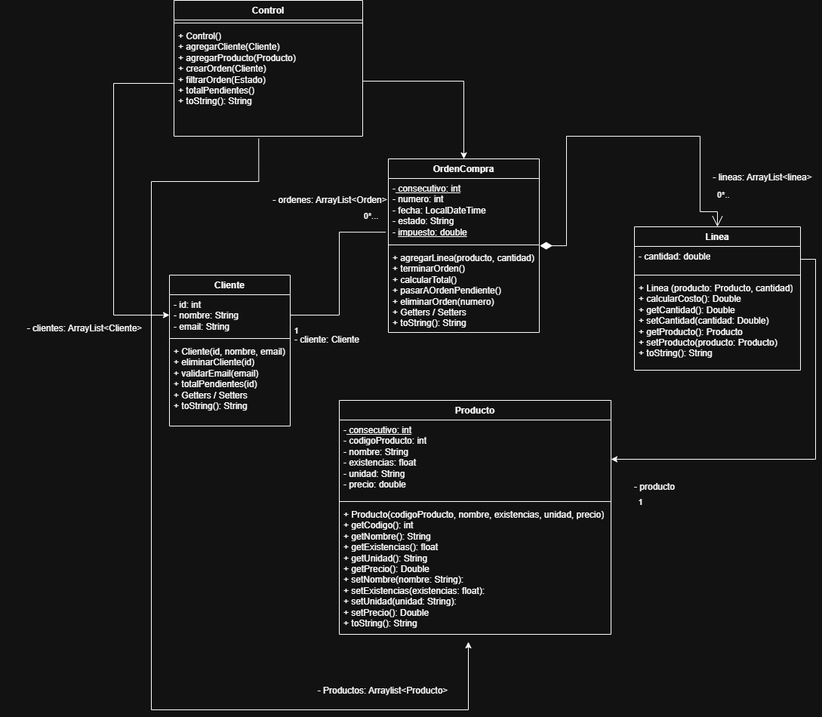
The draw.io diagram Tienda WallRose.drawio.png in NeyB19/TiendaWallRose, before a commit. Source tidied: cells renumbered, new cells last; positions are measured from the earlier drawing's top-left corner, leaving out a move shared by most shapes.
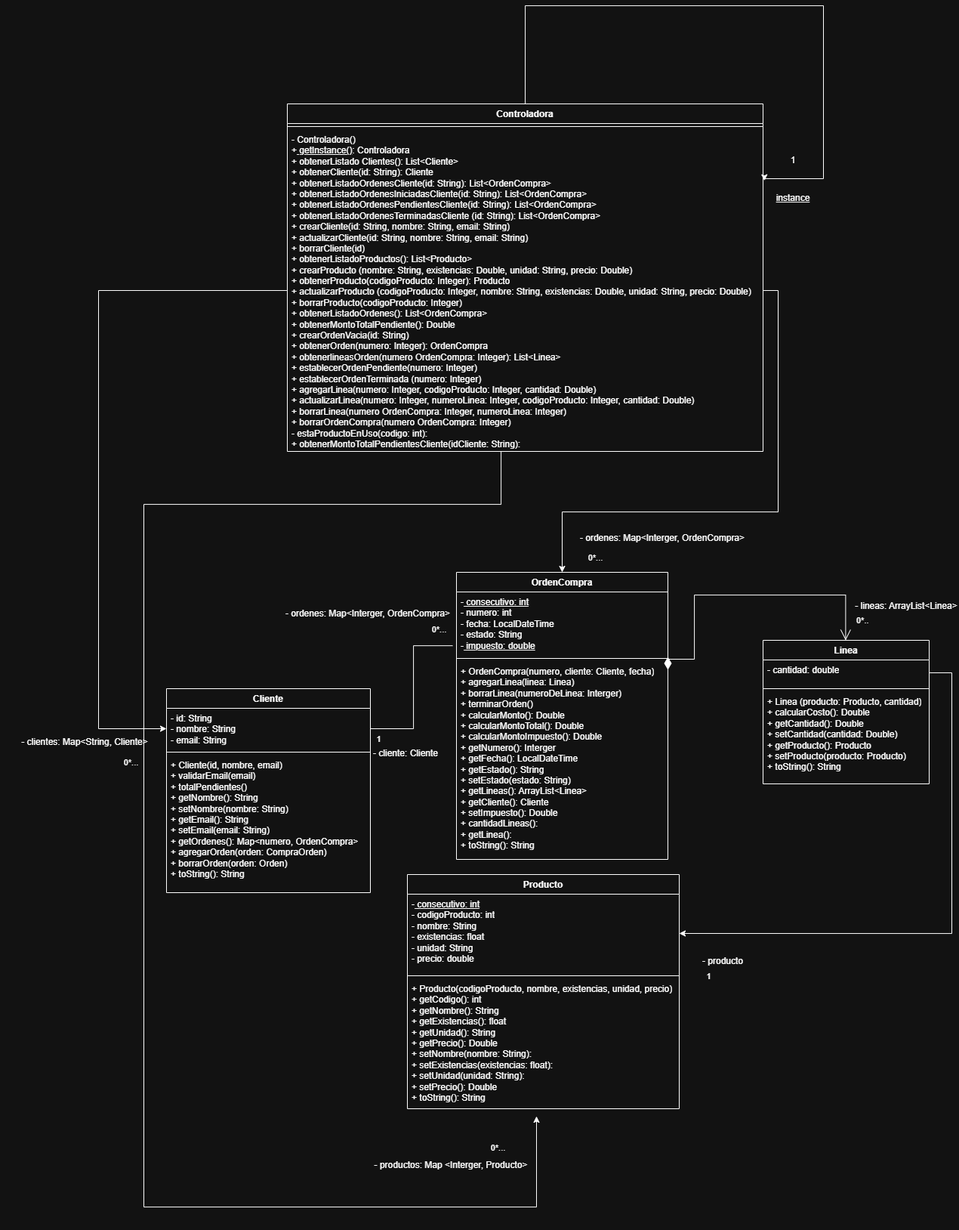
Later version of the same file.

The edit, as a diff of the source:
```diff
@@ -5,3 +5,3 @@
     <mxCell id="2" value="Producto" style="swimlane;fontStyle=1;align=center;verticalAlign=top;horizontal=1;startSize=26;whiteSpace=wrap;html=1;" parent="1" vertex="1">
-      <mxGeometry x="449" y="530" width="360" height="310" as="geometry" />
+      <mxGeometry x="449" y="610" width="360" height="310" as="geometry" />
     </mxCell>
@@ -17,24 +17,24 @@
     <mxCell id="6" value="OrdenCompra" style="swimlane;fontStyle=1;align=center;verticalAlign=top;horizontal=1;startSize=26;whiteSpace=wrap;html=1;" parent="1" vertex="1">
-      <mxGeometry x="514" y="210" width="200" height="230" as="geometry" />
+      <mxGeometry x="514" y="210" width="280" height="380" as="geometry" />
     </mxCell>
-    <mxCell id="7" value="-&lt;u&gt; consecutivo: int&lt;/u&gt;&lt;div&gt;- numero: int&lt;/div&gt;&lt;div&gt;- fecha: LocalDateTime&lt;/div&gt;&lt;div&gt;- estado: String&amp;nbsp;&lt;/div&gt;&lt;div&gt;- &lt;u&gt;impuesto: double&lt;/u&gt;&lt;/div&gt;&lt;div&gt;&lt;br&gt;&lt;/div&gt;&lt;div&gt;&lt;div&gt;&lt;u&gt;&lt;br&gt;&lt;/u&gt;&lt;/div&gt;&lt;/div&gt;" style="text;strokeColor=none;fillColor=none;align=left;verticalAlign=top;spacingLeft=4;spacingRight=4;overflow=hidden;points=[[0,0.5],[1,0.5]];portConstraint=eastwest;whiteSpace=wrap;html=1;" parent="6" vertex="1">
-      <mxGeometry y="26" width="200" height="84" as="geometry" />
+    <mxCell id="7" value="-&lt;u&gt; consecutivo: int&lt;/u&gt;&lt;div&gt;- numero: int&lt;/div&gt;&lt;div&gt;- fecha: LocalDateTime&lt;/div&gt;&lt;div&gt;- estado: String&amp;nbsp;&lt;/div&gt;&lt;div&gt;-&lt;u&gt; impuesto: double&lt;/u&gt;&lt;/div&gt;&lt;div&gt;&lt;br&gt;&lt;/div&gt;&lt;div&gt;&lt;div&gt;&lt;u&gt;&lt;br&gt;&lt;/u&gt;&lt;/div&gt;&lt;/div&gt;" style="text;strokeColor=none;fillColor=none;align=left;verticalAlign=top;spacingLeft=4;spacingRight=4;overflow=hidden;points=[[0,0.5],[1,0.5]];portConstraint=eastwest;whiteSpace=wrap;html=1;" parent="6" vertex="1">
+      <mxGeometry y="26" width="280" height="84" as="geometry" />
     </mxCell>
     <mxCell id="8" style="line;strokeWidth=1;fillColor=none;align=left;verticalAlign=middle;spacingTop=-1;spacingLeft=3;spacingRight=3;labelPosition=right;strokeColor=inherit;" parent="6" vertex="1">
-      <mxGeometry y="110" width="200" height="8" as="geometry" />
+      <mxGeometry y="110" width="280" height="8" as="geometry" />
     </mxCell>
-    <mxCell id="9" value="+ agregarLinea(producto, cantidad)&lt;div&gt;+ terminarOrden()&lt;/div&gt;&lt;div&gt;+ calcularTotal()&lt;/div&gt;&lt;div&gt;+ pasarAOrdenPendiente()&lt;/div&gt;&lt;div&gt;+ eliminarOrden(numero)&lt;/div&gt;&lt;div&gt;+ Getters / Setters&lt;/div&gt;&lt;div&gt;+ toString(): String&lt;/div&gt;" style="text;strokeColor=none;fillColor=none;align=left;verticalAlign=top;spacingLeft=4;spacingRight=4;overflow=hidden;points=[[0,0.5],[1,0.5]];portConstraint=eastwest;whiteSpace=wrap;html=1;" parent="6" vertex="1">
-      <mxGeometry y="118" width="200" height="112" as="geometry" />
+    <mxCell id="9" value="&lt;div&gt;+ OrdenCompra(numero, cliente: Cliente, fecha)&lt;/div&gt;+ agregarLinea(linea: Linea)&lt;div&gt;+ borrarLinea(numeroDeLinea: Interger)&lt;br&gt;&lt;div&gt;+ terminarOrden()&lt;/div&gt;&lt;div&gt;+ calcularMonto(): Double&lt;/div&gt;&lt;div&gt;+ calcularMontoTotal(): Double&lt;/div&gt;&lt;div&gt;+ calcularMontoImpuesto(): Double&lt;/div&gt;&lt;div&gt;+ getNumero(): Interger&lt;/div&gt;&lt;div&gt;+ getFecha(): LocalDateTime&lt;br&gt;&lt;/div&gt;&lt;div&gt;+ getEstado(): String&lt;/div&gt;&lt;div&gt;+ setEstado(estado: String)&lt;br&gt;&lt;/div&gt;&lt;div&gt;+ getLineas(): ArrayList&amp;lt;Linea&amp;gt;&lt;/div&gt;&lt;div&gt;+ getCliente(): Cliente&lt;br&gt;&lt;/div&gt;&lt;div&gt;+ setImpuesto(): Double&lt;/div&gt;&lt;div&gt;+ cantidadLineas():&lt;/div&gt;&lt;div&gt;+ getLinea():&lt;/div&gt;&lt;div&gt;+ toString(): String&lt;/div&gt;&lt;/div&gt;" style="text;strokeColor=none;fillColor=none;align=left;verticalAlign=top;spacingLeft=4;spacingRight=4;overflow=hidden;points=[[0,0.5],[1,0.5]];portConstraint=eastwest;whiteSpace=wrap;html=1;" parent="6" vertex="1">
+      <mxGeometry y="118" width="280" height="262" as="geometry" />
     </mxCell>
     <mxCell id="10" value="Cliente" style="swimlane;fontStyle=1;align=center;verticalAlign=top;horizontal=1;startSize=26;whiteSpace=wrap;html=1;" parent="1" vertex="1">
-      <mxGeometry x="224" y="364" width="160" height="200" as="geometry" />
+      <mxGeometry x="130" y="364" width="270" height="270" as="geometry" />
     </mxCell>
-    <mxCell id="11" value="- id: int&lt;div&gt;- nombre: String&lt;/div&gt;&lt;div&gt;- email: String&lt;/div&gt;" style="text;strokeColor=none;fillColor=none;align=left;verticalAlign=top;spacingLeft=4;spacingRight=4;overflow=hidden;points=[[0,0.5],[1,0.5]];portConstraint=eastwest;whiteSpace=wrap;html=1;" parent="10" vertex="1">
-      <mxGeometry y="26" width="160" height="54" as="geometry" />
+    <mxCell id="11" value="- id: String&lt;div&gt;- nombre: String&lt;/div&gt;&lt;div&gt;- email: String&lt;/div&gt;" style="text;strokeColor=none;fillColor=none;align=left;verticalAlign=top;spacingLeft=4;spacingRight=4;overflow=hidden;points=[[0,0.5],[1,0.5]];portConstraint=eastwest;whiteSpace=wrap;html=1;" parent="10" vertex="1">
+      <mxGeometry y="26" width="270" height="54" as="geometry" />
     </mxCell>
     <mxCell id="12" style="line;strokeWidth=1;fillColor=none;align=left;verticalAlign=middle;spacingTop=-1;spacingLeft=3;spacingRight=3;labelPosition=right;strokeColor=inherit;" parent="10" vertex="1">
-      <mxGeometry y="80" width="160" height="8" as="geometry" />
+      <mxGeometry y="80" width="270" height="8" as="geometry" />
     </mxCell>
-    <mxCell id="13" value="+ Cliente(id, nombre, email)&lt;div&gt;+ eliminarCliente(id)&lt;/div&gt;&lt;div&gt;+ validarEmail(email)&lt;/div&gt;&lt;div&gt;+ totalPendientes(id)&lt;/div&gt;&lt;div&gt;+ Getters / Setters&lt;/div&gt;&lt;div&gt;+ toString(): String&lt;/div&gt;" style="text;strokeColor=none;fillColor=none;align=left;verticalAlign=top;spacingLeft=4;spacingRight=4;overflow=hidden;whiteSpace=wrap;html=1;" parent="10" vertex="1">
-      <mxGeometry y="88" width="160" height="112" as="geometry" />
+    <mxCell id="13" value="+ Cliente(id, nombre, email)&lt;div&gt;+ validarEmail(email)&lt;/div&gt;&lt;div&gt;+ totalPendientes()&lt;/div&gt;&lt;div&gt;+ getNombre(): String&lt;/div&gt;&lt;div&gt;+ setNombre(nombre: String)&lt;/div&gt;&lt;div&gt;+ getEmail(): String&lt;/div&gt;&lt;div&gt;+ setEmail(email: String)&lt;/div&gt;&lt;div&gt;+ getOrdenes(): Map&amp;lt;numero, OrdenCompra&amp;gt;&lt;/div&gt;&lt;div&gt;+ agregarOrden(orden: CompraOrden)&lt;/div&gt;&lt;div&gt;+ borrarOrden(orden: Orden)&lt;/div&gt;&lt;div&gt;+ toString(): String&lt;/div&gt;" style="text;strokeColor=none;fillColor=none;align=left;verticalAlign=top;spacingLeft=4;spacingRight=4;overflow=hidden;whiteSpace=wrap;html=1;" parent="10" vertex="1">
+      <mxGeometry y="88" width="270" height="182" as="geometry" />
     </mxCell>
@@ -43,5 +43,5 @@
         <Array as="points">
-          <mxPoint x="230" y="110" />
-          <mxPoint x="150" y="110" />
-          <mxPoint x="150" y="417" />
+          <mxPoint x="290" y="-163" />
+          <mxPoint x="40" y="-163" />
+          <mxPoint x="40" y="417" />
         </Array>
@@ -49,13 +49,22 @@
     </mxCell>
-    <mxCell id="15" value="Control" style="swimlane;fontStyle=1;align=center;verticalAlign=top;horizontal=1;startSize=26;whiteSpace=wrap;html=1;" parent="1" vertex="1">
-      <mxGeometry x="230" width="250" height="180" as="geometry" />
+    <mxCell id="15" value="Controladora" style="swimlane;fontStyle=1;align=center;verticalAlign=top;horizontal=1;startSize=26;whiteSpace=wrap;html=1;" parent="1" vertex="1">
+      <mxGeometry x="290" y="-410" width="630" height="460" as="geometry" />
     </mxCell>
     <mxCell id="16" style="line;strokeWidth=1;fillColor=none;align=left;verticalAlign=middle;spacingTop=-1;spacingLeft=3;spacingRight=3;labelPosition=right;strokeColor=inherit;" parent="15" vertex="1">
-      <mxGeometry y="26" width="250" height="8" as="geometry" />
+      <mxGeometry y="26" width="630" height="8" as="geometry" />
     </mxCell>
-    <mxCell id="17" value="&lt;div&gt;&lt;span style=&quot;background-color: transparent; color: light-dark(rgb(0, 0, 0), rgb(255, 255, 255));&quot;&gt;+ Control()&lt;/span&gt;&lt;/div&gt;&lt;span style=&quot;background-color: transparent; color: light-dark(rgb(0, 0, 0), rgb(255, 255, 255));&quot;&gt;+&amp;nbsp;&lt;/span&gt;&lt;span style=&quot;background-color: transparent; color: light-dark(rgb(0, 0, 0), rgb(255, 255, 255));&quot;&gt;agregarCliente(Cliente)&lt;/span&gt;&lt;div&gt;+ agregarProducto(Producto)&lt;/div&gt;&lt;div&gt;+ crearOrden(Cliente)&lt;/div&gt;&lt;div&gt;+ filtrarOrden(Estado)&lt;/div&gt;&lt;div&gt;+ totalPendientes()&lt;/div&gt;&lt;div&gt;+ toString(): String&lt;/div&gt;" style="text;strokeColor=none;fillColor=none;align=left;verticalAlign=top;spacingLeft=4;spacingRight=4;overflow=hidden;points=[[0,0.5],[1,0.5]];portConstraint=eastwest;whiteSpace=wrap;html=1;" parent="15" vertex="1">
-      <mxGeometry y="34" width="250" height="146" as="geometry" />
+    <mxCell id="17" value="&lt;div&gt;- Controladora()&lt;/div&gt;&lt;div&gt;+&lt;u&gt; getInstance()&lt;/u&gt;: Controladora&lt;/div&gt;&lt;div&gt;+ obtenerListado Clientes(): List&amp;lt;Cliente&amp;gt;&lt;/div&gt;&lt;div&gt;+ obtenerCliente(id: String): Cliente&lt;/div&gt;&lt;div&gt;+ obtenerListadoOrdenesCliente(id: String): List&amp;lt;OrdenCompra&amp;gt;&lt;/div&gt;&lt;div&gt;+ obtenerListadoOrdenesIniciadasCliente(id: String): List&amp;lt;OrdenCompra&amp;gt;&lt;/div&gt;&lt;div&gt;+ obtenerListadoOrdenesPendientesCliente(id: String): List&amp;lt;OrdenCompra&amp;gt;&lt;/div&gt;&lt;div&gt;+ obtenerListadoOrdenesTerminadasCliente (id: String): List&amp;lt;OrdenCompra&amp;gt;&lt;/div&gt;&lt;div&gt;+ crearCliente(id: String, nombre: String, email: String)&lt;/div&gt;&lt;div&gt;+ actualizarCliente(id: String, nombre: String, email: String)&lt;/div&gt;&lt;div&gt;+ borrarCliente(id)&lt;/div&gt;&lt;div&gt;+ obtenerListadoProductos(): List&amp;lt;Producto&amp;gt;&lt;/div&gt;&lt;div&gt;+ crearProducto (nombre: String, existencias: Double, unidad: String, precio: Double)&lt;/div&gt;&lt;div&gt;+ obtenerProducto(codigoProducto: Integer): Producto&lt;/div&gt;&lt;div&gt;+ actualizarProducto (codigoProducto: Integer, nombre: String, existencias: Double, unidad: String, precio: Double)&lt;/div&gt;&lt;div&gt;+ borrarProducto(codigoProducto: Integer)&amp;nbsp;&lt;/div&gt;&lt;div&gt;+ obtenerListadoOrdenes(): List&amp;lt;OrdenCompra&amp;gt;&lt;/div&gt;&lt;div&gt;+ obtenerMontoTotalPendiente(): Double&lt;/div&gt;&lt;div&gt;+ crearOrdenVacia(id: String)&lt;/div&gt;&lt;div&gt;+ obtenerOrden(numero: Integer): OrdenCompra&lt;/div&gt;&lt;div&gt;+ obtenerlineasOrden(numero OrdenCompra: Integer): List&amp;lt;Linea&amp;gt;&lt;/div&gt;&lt;div&gt;+ establecerOrdenPendiente(numero: Integer)&lt;/div&gt;&lt;div&gt;+ establecerOrdenTerminada (numero: Integer)&lt;/div&gt;&lt;div&gt;+ agregarLinea(numero: Integer, codigoProducto: Integer, cantidad: Double)&lt;/div&gt;&lt;div&gt;+ actualizarLinea(numero: Integer, numeroLinea: Integer, codigoProducto: Integer, cantidad: Double)&lt;/div&gt;&lt;div&gt;+ borrarLinea(numero OrdenCompra: Integer, numeroLinea: Integer)&lt;/div&gt;&lt;div&gt;+ borrarOrdenCompra(numero OrdenCompra: Integer)&lt;/div&gt;&lt;div&gt;- estaProductoEnUso(codigo: int):&amp;nbsp;&lt;/div&gt;&lt;div&gt;+ obtenerMontoTotalPendientesCliente(idCliente: String):&lt;/div&gt;&lt;div&gt;&lt;br&gt;&lt;/div&gt;" style="text;strokeColor=none;fillColor=none;align=left;verticalAlign=top;spacingLeft=4;spacingRight=4;overflow=hidden;points=[[0,0.5],[1,0.5]];portConstraint=eastwest;whiteSpace=wrap;html=1;" parent="15" vertex="1">
+      <mxGeometry y="34" width="630" height="426" as="geometry" />
     </mxCell>
+    <mxCell id="36" style="edgeStyle=orthogonalEdgeStyle;rounded=0;jettySize=auto;html=1;exitX=0.5;exitY=0;exitDx=0;exitDy=0;entryX=1.003;entryY=0.159;entryDx=0;entryDy=0;entryPerimeter=0;" parent="15" edge="1" source="15" target="17">
+      <mxGeometry relative="1" as="geometry">
+        <Array as="points">
+          <mxPoint x="315" y="-130" />
+          <mxPoint x="710" y="-130" />
+          <mxPoint x="710" y="99" />
+        </Array>
+      </mxGeometry>
+    </mxCell>
     <mxCell id="18" value="Linea" style="swimlane;fontStyle=1;align=center;verticalAlign=top;horizontal=1;startSize=26;whiteSpace=wrap;html=1;" parent="1" vertex="1">
-      <mxGeometry x="840" y="300" width="220" height="190" as="geometry" />
+      <mxGeometry x="920" y="300" width="220" height="190" as="geometry" />
     </mxCell>
@@ -70,7 +79,7 @@
     </mxCell>
-    <mxCell id="22" value="- ordenes: ArrayList&amp;lt;Orden&amp;gt;" style="text;html=1;whiteSpace=wrap;strokeColor=none;fillColor=none;align=center;verticalAlign=middle;rounded=0;" parent="1" vertex="1">
-      <mxGeometry x="360" y="250" width="154" height="30" as="geometry" />
+    <mxCell id="22" value="- ordenes: Map&amp;lt;Interger, OrdenCompra&amp;gt;" style="text;html=1;whiteSpace=wrap;strokeColor=none;fillColor=none;align=center;verticalAlign=middle;rounded=0;" parent="1" vertex="1">
+      <mxGeometry x="280" y="250" width="234" height="30" as="geometry" />
     </mxCell>
     <mxCell id="23" value="1" style="edgeLabel;html=1;align=center;verticalAlign=middle;" parent="1" vertex="1">
-      <mxGeometry x="614" y="690" as="geometry">
+      <mxGeometry x="614" y="770" as="geometry">
         <mxPoint x="233" y="-26" as="offset" />
@@ -78,4 +87,4 @@
     </mxCell>
-    <mxCell id="24" value="- lineas: ArrayList&amp;lt;linea&amp;gt;" style="text;html=1;whiteSpace=wrap;strokeColor=none;fillColor=none;align=center;verticalAlign=middle;rounded=0;" parent="1" vertex="1">
-      <mxGeometry x="940" y="220" width="140" height="30" as="geometry" />
+    <mxCell id="24" value="- lineas: ArrayList&amp;lt;Linea&amp;gt;" style="text;html=1;whiteSpace=wrap;strokeColor=none;fillColor=none;align=center;verticalAlign=middle;rounded=0;" parent="1" vertex="1">
+      <mxGeometry x="1040" y="240" width="140" height="30" as="geometry" />
     </mxCell>
@@ -87,4 +96,4 @@
     <mxCell id="26" value="1" style="edgeLabel;html=1;align=center;verticalAlign=middle;" parent="1" vertex="1">
-      <mxGeometry x="470" y="450" as="geometry">
-        <mxPoint x="-79" y="-13" as="offset" />
+      <mxGeometry x="460" y="440" as="geometry">
+        <mxPoint x="-50" y="-10" as="offset" />
       </mxGeometry>
@@ -92,6 +101,6 @@
     <mxCell id="27" value="- cliente: Cliente" style="text;html=1;whiteSpace=wrap;strokeColor=none;fillColor=none;align=center;verticalAlign=middle;rounded=0;" parent="1" vertex="1">
-      <mxGeometry x="356" y="435" width="154" height="30" as="geometry" />
+      <mxGeometry x="370" y="435" width="154" height="30" as="geometry" />
     </mxCell>
     <mxCell id="28" value="- producto" style="text;html=1;whiteSpace=wrap;strokeColor=none;fillColor=none;align=center;verticalAlign=middle;rounded=0;" parent="1" vertex="1">
-      <mxGeometry x="790" y="630" width="154" height="30" as="geometry" />
+      <mxGeometry x="790" y="710" width="154" height="30" as="geometry" />
     </mxCell>
@@ -103,10 +112,10 @@
     </mxCell>
-    <mxCell id="31" style="edgeStyle=orthogonalEdgeStyle;rounded=0;jettySize=auto;html=1;exitX=0.449;exitY=1.022;exitDx=0;exitDy=0;exitPerimeter=0;" parent="1" edge="1" source="17">
+    <mxCell id="31" style="edgeStyle=orthogonalEdgeStyle;rounded=0;jettySize=auto;html=1;" parent="1" edge="1" source="17">
       <mxGeometry relative="1" as="geometry">
-        <mxPoint x="620" y="850" as="targetPoint" />
+        <mxPoint x="620" y="930" as="targetPoint" />
         <Array as="points">
-          <mxPoint x="342" y="240" />
-          <mxPoint x="200" y="240" />
-          <mxPoint x="200" y="940" />
-          <mxPoint x="620" y="940" />
+          <mxPoint x="573" y="120" />
+          <mxPoint x="100" y="120" />
+          <mxPoint x="100" y="1050" />
+          <mxPoint x="620" y="1050" />
         </Array>
@@ -114,19 +123,25 @@
     </mxCell>
-    <mxCell id="32" value="- Productos: Arraylist&amp;lt;Producto&amp;gt;" style="text;html=1;whiteSpace=wrap;strokeColor=none;fillColor=none;align=center;verticalAlign=middle;rounded=0;" parent="1" vertex="1">
-      <mxGeometry x="400" y="900" width="214" height="30" as="geometry" />
+    <mxCell id="32" value="- productos: Map &amp;lt;Interger, Producto&amp;gt;" style="text;html=1;whiteSpace=wrap;strokeColor=none;fillColor=none;align=center;verticalAlign=middle;rounded=0;" parent="1" vertex="1">
+      <mxGeometry x="400" y="980" width="214" height="30" as="geometry" />
     </mxCell>
-    <mxCell id="33" value="- clientes: ArrayList&amp;lt;Cliente&amp;gt;" style="text;html=1;whiteSpace=wrap;strokeColor=none;fillColor=none;align=center;verticalAlign=middle;rounded=0;" parent="1" vertex="1">
-      <mxGeometry y="420" width="224" height="30" as="geometry" />
+    <mxCell id="33" value="- clientes: Map&amp;lt;String, Cliente&amp;gt;" style="text;html=1;whiteSpace=wrap;strokeColor=none;fillColor=none;align=center;verticalAlign=middle;rounded=0;" parent="1" vertex="1">
+      <mxGeometry x="-90" y="420" width="224" height="30" as="geometry" />
     </mxCell>
     <mxCell id="34" style="edgeStyle=orthogonalEdgeStyle;rounded=0;jettySize=auto;html=1;exitX=1;exitY=0.5;exitDx=0;exitDy=0;entryX=1;entryY=0.5;entryDx=0;entryDy=0;" parent="1" edge="1" source="19" target="3">
-      <mxGeometry relative="1" as="geometry" />
+      <mxGeometry relative="1" as="geometry">
+        <Array as="points">
+          <mxPoint x="1170" y="343" />
+          <mxPoint x="1170" y="688" />
+        </Array>
+      </mxGeometry>
     </mxCell>
-    <mxCell id="35" value="&lt;span style=&quot;text-align: center;&quot;&gt;0*..&lt;/span&gt;" style="endArrow=open;html=1;endSize=12;startArrow=diamondThin;startSize=14;startFill=1;edgeStyle=orthogonalEdgeStyle;align=left;verticalAlign=bottom;rounded=0;exitX=1.003;exitY=-0.026;exitDx=0;exitDy=0;exitPerimeter=0;entryX=0.5;entryY=0;entryDx=0;entryDy=0;" parent="1" edge="1" source="9" target="18">
+    <mxCell id="35" value="&lt;span style=&quot;text-align: center;&quot;&gt;0*..&lt;/span&gt;" style="endArrow=open;html=1;endSize=12;startArrow=diamondThin;startSize=14;startFill=1;edgeStyle=orthogonalEdgeStyle;align=left;verticalAlign=bottom;rounded=0;exitX=1.003;exitY=-0.026;exitDx=0;exitDy=0;exitPerimeter=0;entryX=0.5;entryY=0;entryDx=0;entryDy=0;" parent="1" edge="1">
       <mxGeometry x="0.91" y="13" relative="1" as="geometry">
+        <mxPoint x="794" y="322" as="sourcePoint" />
+        <mxPoint x="1029.4" y="300.1" as="targetPoint" />
         <Array as="points">
-          <mxPoint x="750" y="325" />
-          <mxPoint x="750" y="180" />
-          <mxPoint x="927" y="180" />
-          <mxPoint x="927" y="280" />
-          <mxPoint x="950" y="280" />
+          <mxPoint x="794" y="325" />
+          <mxPoint x="829" y="325" />
+          <mxPoint x="829" y="240" />
+          <mxPoint x="1029" y="240" />
         </Array>
@@ -134,2 +149,26 @@
     </mxCell>
+    <mxCell id="37" value="0*..." style="edgeLabel;html=1;align=center;verticalAlign=middle;" parent="1" vertex="1">
+      <mxGeometry x="100" y="390" as="geometry">
+        <mxPoint x="-18" y="71" as="offset" />
+      </mxGeometry>
+    </mxCell>
+    <mxCell id="38" value="0*..." style="edgeLabel;html=1;align=center;verticalAlign=middle;" parent="1" vertex="1">
+      <mxGeometry x="680" y="1080" as="geometry">
+        <mxPoint x="-112" y="-109" as="offset" />
+      </mxGeometry>
+    </mxCell>
+    <mxCell id="39" value="0*..." style="edgeLabel;html=1;align=center;verticalAlign=middle;" parent="1" vertex="1">
+      <mxGeometry x="770" y="180" as="geometry">
+        <mxPoint x="-73" y="10" as="offset" />
+      </mxGeometry>
+    </mxCell>
+    <mxCell id="40" value="- ordenes: Map&amp;lt;Interger, OrdenCompra&amp;gt;" style="text;html=1;whiteSpace=wrap;strokeColor=none;fillColor=none;align=center;verticalAlign=middle;rounded=0;" parent="1" vertex="1">
+      <mxGeometry x="670" y="150" width="234" height="30" as="geometry" />
+    </mxCell>
+    <mxCell id="41" value="&lt;u&gt;instance&lt;/u&gt;" style="text;html=1;whiteSpace=wrap;strokeColor=none;fillColor=none;align=center;verticalAlign=middle;rounded=0;" parent="1" vertex="1">
+      <mxGeometry x="930" y="-300" width="60" height="30" as="geometry" />
+    </mxCell>
+    <mxCell id="42" value="1" style="text;html=1;whiteSpace=wrap;strokeColor=none;fillColor=none;align=center;verticalAlign=middle;rounded=0;" parent="1" vertex="1">
+      <mxGeometry x="930" y="-350" width="60" height="30" as="geometry" />
+    </mxCell>
   </root>
```
